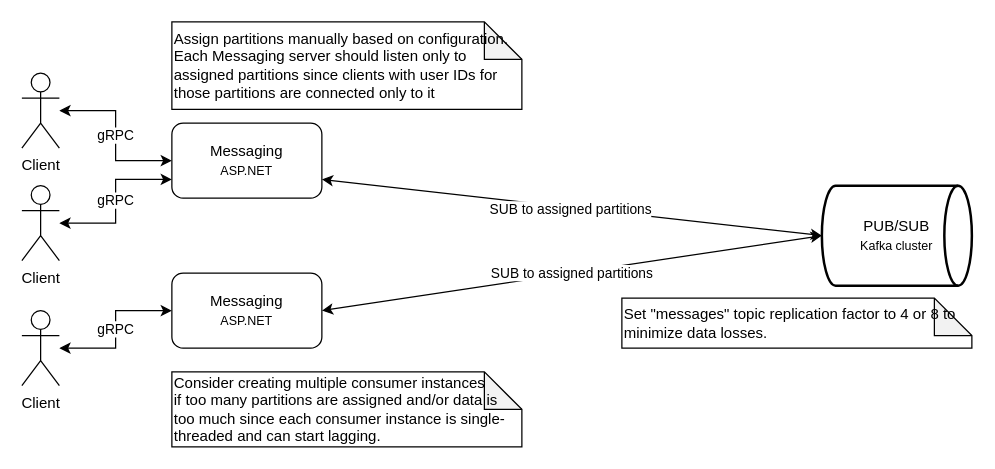
cvetomir-todorov/CecoChat keeps this draw.io diagram as docs/cecochat-05-message-receive.drawio. Above is the earlier version. Source tidied: cells renumbered, new cells numbered last; positions are measured from the earlier drawing's top-left corner, leaving out a move shared by most shapes. Both pictures are drawn from the tidied source at 125%, with x=0, y=0 at pixel (21, 21).
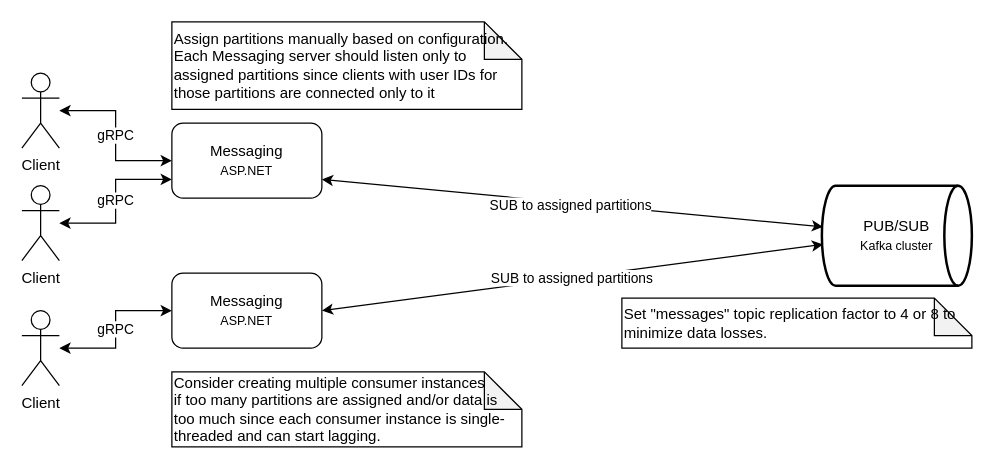
The same page after the edit.

Diff of the diagram source:
```diff
@@
 <mxGraphModel>
   <root>
     <mxCell id="0" />
     <mxCell id="1" parent="0" />
     <mxCell id="2" value="gRPC" style="edgeStyle=orthogonalEdgeStyle;rounded=0;jettySize=auto;html=1;entryX=0;entryY=0.5;entryDx=0;entryDy=0;startArrow=classic;startFill=1;" parent="1" edge="1" source="3" target="9">
       <mxGeometry relative="1" as="geometry" />
     </mxCell>
     <mxCell id="3" value="Client" style="shape=umlActor;verticalLabelPosition=bottom;verticalAlign=top;html=1;outlineConnect=0;" parent="1" vertex="1">
       <mxGeometry y="41" width="30" height="60" as="geometry" />
     </mxCell>
     <mxCell id="4" value="gRPC" style="edgeStyle=orthogonalEdgeStyle;rounded=0;jettySize=auto;html=1;entryX=0;entryY=0.5;entryDx=0;entryDy=0;startArrow=classic;startFill=1;" parent="1" edge="1" source="5" target="11">
       <mxGeometry relative="1" as="geometry" />
     </mxCell>
     <mxCell id="5" value="Client" style="shape=umlActor;verticalLabelPosition=bottom;verticalAlign=top;html=1;outlineConnect=0;" parent="1" vertex="1">
       <mxGeometry y="231" width="30" height="60" as="geometry" />
     </mxCell>
     <mxCell id="6" value="gRPC" style="edgeStyle=orthogonalEdgeStyle;rounded=0;jettySize=auto;html=1;entryX=0;entryY=0.75;entryDx=0;entryDy=0;startArrow=classic;startFill=1;" parent="1" edge="1" source="7" target="9">
       <mxGeometry relative="1" as="geometry" />
     </mxCell>
     <mxCell id="7" value="Client" style="shape=umlActor;verticalLabelPosition=bottom;verticalAlign=top;html=1;outlineConnect=0;" parent="1" vertex="1">
       <mxGeometry y="131" width="30" height="60" as="geometry" />
     </mxCell>
-    <mxCell id="8" value="SUB to assigned partitions" style="rounded=0;jettySize=auto;html=1;entryX=0;entryY=0.5;entryDx=0;entryDy=0;entryPerimeter=0;startArrow=classic;startFill=1;exitX=1;exitY=0.75;exitDx=0;exitDy=0;" parent="1" edge="1" source="9" target="12">
+    <mxCell id="8" value="SUB to assigned partitions" style="rounded=0;jettySize=auto;html=1;entryX=0.008;entryY=0.413;entryDx=0;entryDy=0;entryPerimeter=0;startArrow=classic;startFill=1;exitX=1;exitY=0.75;exitDx=0;exitDy=0;" parent="1" edge="1" source="9" target="12">
       <mxGeometry y="-2" relative="1" as="geometry">
         <mxPoint x="-1" as="offset" />
       </mxGeometry>
     </mxCell>
     <mxCell id="9" value="&lt;font style=&quot;font-size: 12px&quot;&gt;Messaging&lt;/font&gt;&lt;br&gt;&lt;font style=&quot;font-size: 10px&quot;&gt;ASP.NET&lt;/font&gt;" style="rounded=1;whiteSpace=wrap;html=1;" parent="1" vertex="1">
       <mxGeometry x="120" y="81" width="120" height="60" as="geometry" />
     </mxCell>
-    <mxCell id="10" value="SUB to assigned partitions" style="edgeStyle=none;rounded=0;jettySize=auto;html=1;entryX=0;entryY=0.5;entryDx=0;entryDy=0;entryPerimeter=0;startArrow=classic;startFill=1;exitX=1;exitY=0.5;exitDx=0;exitDy=0;" parent="1" edge="1" source="11" target="12">
+    <mxCell id="10" value="SUB to assigned partitions" style="edgeStyle=none;rounded=0;jettySize=auto;html=1;entryX=0.008;entryY=0.588;entryDx=0;entryDy=0;entryPerimeter=0;startArrow=classic;startFill=1;exitX=1;exitY=0.5;exitDx=0;exitDy=0;" parent="1" edge="1" source="11" target="12">
       <mxGeometry relative="1" as="geometry" />
     </mxCell>
     <mxCell id="11" value="Messaging&lt;br&gt;&lt;font style=&quot;font-size: 10px&quot;&gt;ASP.NET&lt;/font&gt;" style="rounded=1;whiteSpace=wrap;html=1;" parent="1" vertex="1">
       <mxGeometry x="120" y="201" width="120" height="60" as="geometry" />
     </mxCell>
     <mxCell id="12" value="PUB/SUB&lt;br&gt;&lt;font style=&quot;font-size: 10px&quot;&gt;Kafka cluster&lt;/font&gt;" style="strokeWidth=2;html=1;shape=mxgraph.flowchart.direct_data;whiteSpace=wrap;" parent="1" vertex="1">
       <mxGeometry x="640" y="131" width="120" height="80" as="geometry" />
     </mxCell>
     <mxCell id="13" value="Set &quot;messages&quot; topic replication factor to 4 or 8 to minimize data losses." style="shape=note;whiteSpace=wrap;html=1;backgroundOutline=1;darkOpacity=0.05;align=left;" parent="1" vertex="1">
       <mxGeometry x="480" y="221" width="280" height="40" as="geometry" />
     </mxCell>
     <mxCell id="14" value="Assign partitions manually based on configuration.&lt;br&gt;Each Messaging server should listen only to assigned partitions since clients with user IDs for those partitions are connected only to it" style="shape=note;whiteSpace=wrap;html=1;backgroundOutline=1;darkOpacity=0.05;align=left;" parent="1" vertex="1">
       <mxGeometry x="120" width="280" height="70" as="geometry" />
     </mxCell>
     <mxCell id="15" value="Consider creating multiple consumer instances&lt;br&gt;if too many partitions are assigned and/or data is too much since each consumer instance is single-threaded and can start lagging." style="shape=note;whiteSpace=wrap;html=1;backgroundOutline=1;darkOpacity=0.05;align=left;" parent="1" vertex="1">
       <mxGeometry x="120" y="280" width="280" height="60" as="geometry" />
     </mxCell>
   </root>
 </mxGraphModel>
```
